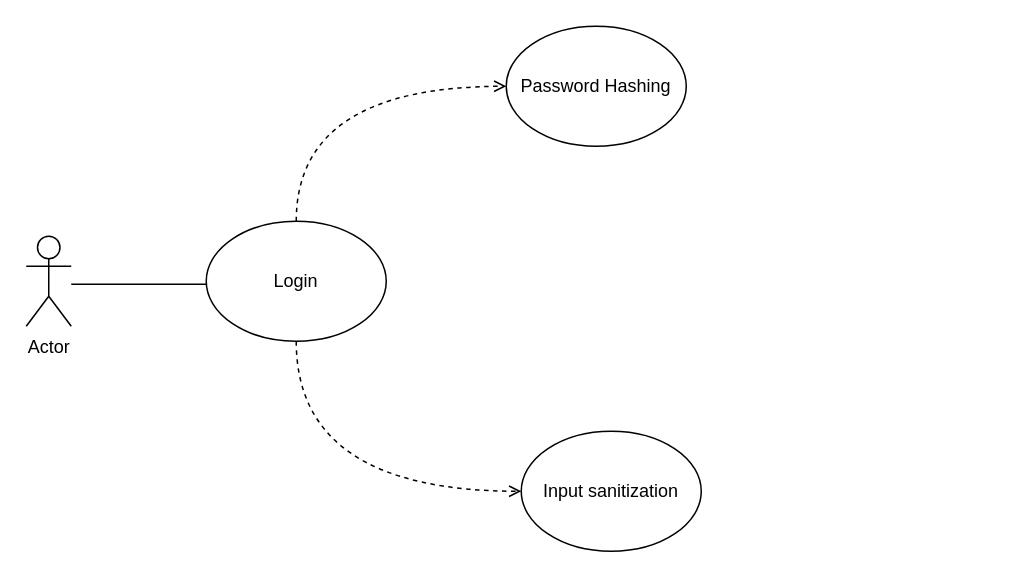
The draw.io diagram images/Use Case Sample.drawio in bartelsjoshuac/SAPG, before the edit. Source tidied: cells renumbered, new cells numbered last; positions are measured from the earlier drawing's top-left corner, leaving out a move shared by most shapes. Both pictures are drawn from the tidied source at 150%, with x=0, y=0 at pixel (26, 26).
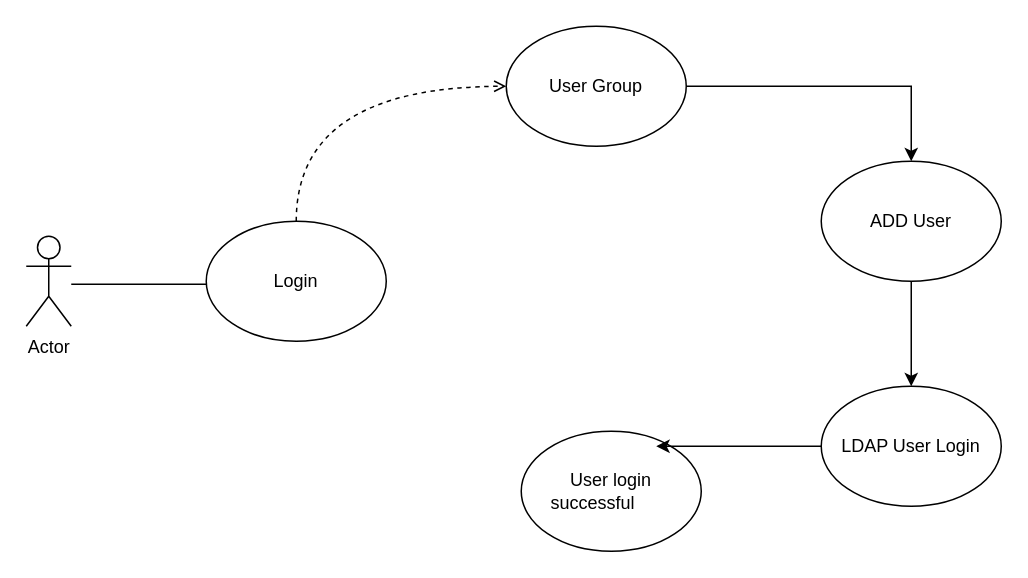
After the change.

Commit message:
Update Use Case eliya

Change to the diagram source:
```diff
@@
 <mxGraphModel>
   <root>
     <mxCell id="0" />
     <mxCell id="1" parent="0" />
     <mxCell id="2" value="Actor" style="shape=umlActor;verticalLabelPosition=bottom;verticalAlign=top;html=1;fillColor=#FFFFFF;" parent="1" vertex="1">
       <mxGeometry y="140" width="30" height="60" as="geometry" />
     </mxCell>
     <mxCell id="3" style="endArrow=none;html=1;" parent="1" edge="1">
       <mxGeometry relative="1" as="geometry">
         <mxPoint x="30" y="172" as="sourcePoint" />
         <mxPoint x="120" y="172" as="targetPoint" />
       </mxGeometry>
     </mxCell>
     <mxCell id="4" style="edgeStyle=orthogonalEdgeStyle;rounded=1;jettySize=auto;html=1;entryX=0;entryY=0.5;entryDx=0;entryDy=0;dashed=1;strokeWidth=1;endFill=0;endArrow=open;curved=1;exitX=0.5;exitY=0;exitDx=0;exitDy=0;" parent="1" edge="1" source="5" target="8">
       <mxGeometry relative="1" as="geometry" />
     </mxCell>
     <mxCell id="5" value="Login" style="ellipse;whiteSpace=wrap;html=1;fillColor=#FFFFFF;" parent="1" vertex="1">
       <mxGeometry x="120" y="130" width="120" height="80" as="geometry" />
     </mxCell>
-    <mxCell id="6" value="Input sanitization" style="ellipse;whiteSpace=wrap;html=1;fillColor=#FFFFFF;" parent="1" vertex="1">
+    <mxCell id="6" value="User login successful&lt;span style=&quot;white-space: pre;&quot;&gt;&#9;&lt;/span&gt;" style="ellipse;whiteSpace=wrap;html=1;fillColor=#FFFFFF;" parent="1" vertex="1">
       <mxGeometry x="330" y="270" width="120" height="80" as="geometry" />
     </mxCell>
-    <mxCell id="7" style="endArrow=open;dashed=1;html=1;entryX=0;entryY=0.5;entryDx=0;entryDy=0;edgeStyle=orthogonalEdgeStyle;curved=1;endFill=0;strokeWidth=1;exitX=0.5;exitY=1;exitDx=0;exitDy=0;" parent="1" edge="1" source="5" target="6">
-      <mxGeometry relative="1" as="geometry" />
-    </mxCell>
+    <mxCell id="9" style="edgeStyle=orthogonalEdgeStyle;rounded=0;jettySize=auto;html=1;" parent="1" edge="1" source="8" target="11">
+      <mxGeometry relative="1" as="geometry" />
+    </mxCell>
-    <mxCell id="8" value="Password Hashing" style="ellipse;whiteSpace=wrap;html=1;" parent="1" vertex="1">
+    <mxCell id="8" value="User Group" style="ellipse;whiteSpace=wrap;html=1;" parent="1" vertex="1">
       <mxGeometry x="320" width="120" height="80" as="geometry" />
     </mxCell>
+    <mxCell id="10" style="edgeStyle=orthogonalEdgeStyle;rounded=0;jettySize=auto;html=1;" parent="1" edge="1" source="11" target="12">
+      <mxGeometry relative="1" as="geometry" />
+    </mxCell>
+    <mxCell id="11" value="ADD User" style="ellipse;whiteSpace=wrap;html=1;" parent="1" vertex="1">
+      <mxGeometry x="530" y="90" width="120" height="80" as="geometry" />
+    </mxCell>
+    <mxCell id="12" value="LDAP User Login" style="ellipse;whiteSpace=wrap;html=1;" parent="1" vertex="1">
+      <mxGeometry x="530" y="240" width="120" height="80" as="geometry" />
+    </mxCell>
+    <mxCell id="13" style="edgeStyle=orthogonalEdgeStyle;rounded=0;jettySize=auto;html=1;entryX=0.75;entryY=0.125;entryDx=0;entryDy=0;entryPerimeter=0;" parent="1" edge="1" source="12" target="6">
+      <mxGeometry relative="1" as="geometry" />
+    </mxCell>
   </root>
 </mxGraphModel>
```
